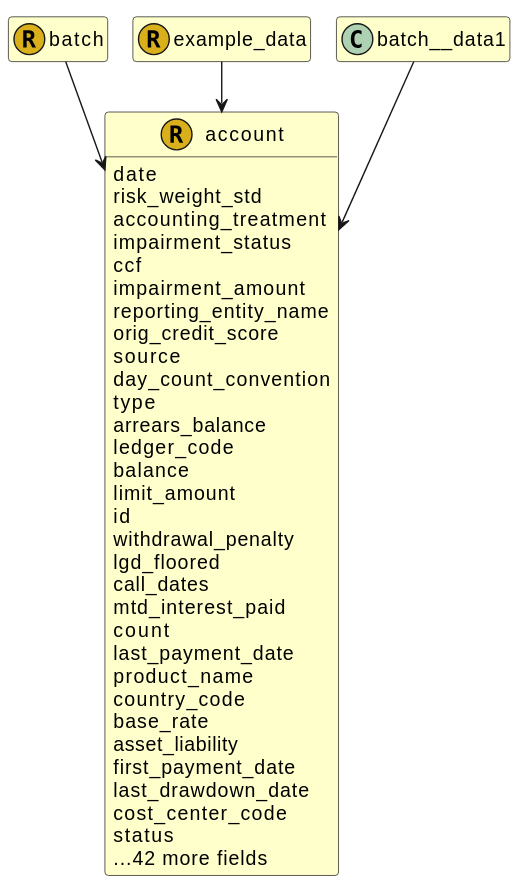
Before: images/fire.model.account.svg, a diagram exported from PlantUML (Schemarise/demo-alfa-with-fire-json-model). The source it was exported from:
```plantuml
@startuml
!pragma layout smetana

skinparam ClassBackgroundColor #BUSINESS
hide empty methods
hide empty fields
skinparam backgroundColor transparent
set namespaceSeparator none




class account << (R,D9B01C) >> {

  date
  risk_weight_std
  accounting_treatment
  impairment_status
  ccf
  impairment_amount
  reporting_entity_name
  orig_credit_score
  source
  day_count_convention
  type
  arrears_balance
  ledger_code
  balance
  limit_amount
  id
  withdrawal_penalty
  lgd_floored
  call_dates
  mtd_interest_paid
  count
  last_payment_date
  product_name
  country_code
  base_rate
  asset_liability
  first_payment_date
  last_drawdown_date
  cost_center_code
  status
  ...42 more fields




}

class batch << (R,D9B01C) >> {





}

class example_data << (R,D9B01C) >> {





}

batch --> account
batch__data1 --> account
example_data --> account

@enduml
```
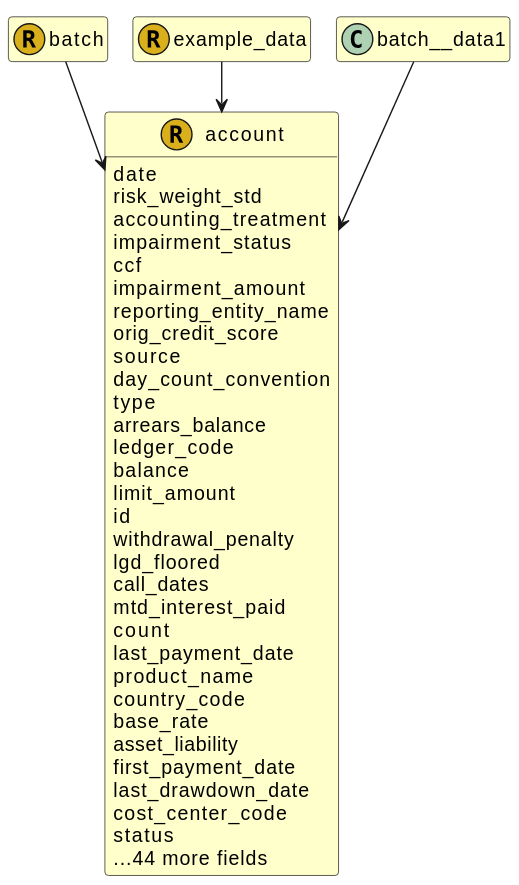
The same file after the commit.

What changed in the source:
```diff
@@ -42,7 +42,7 @@
   last_drawdown_date
   cost_center_code
   status
-  ...42 more fields
+  ...44 more fields
 
 
 
```
